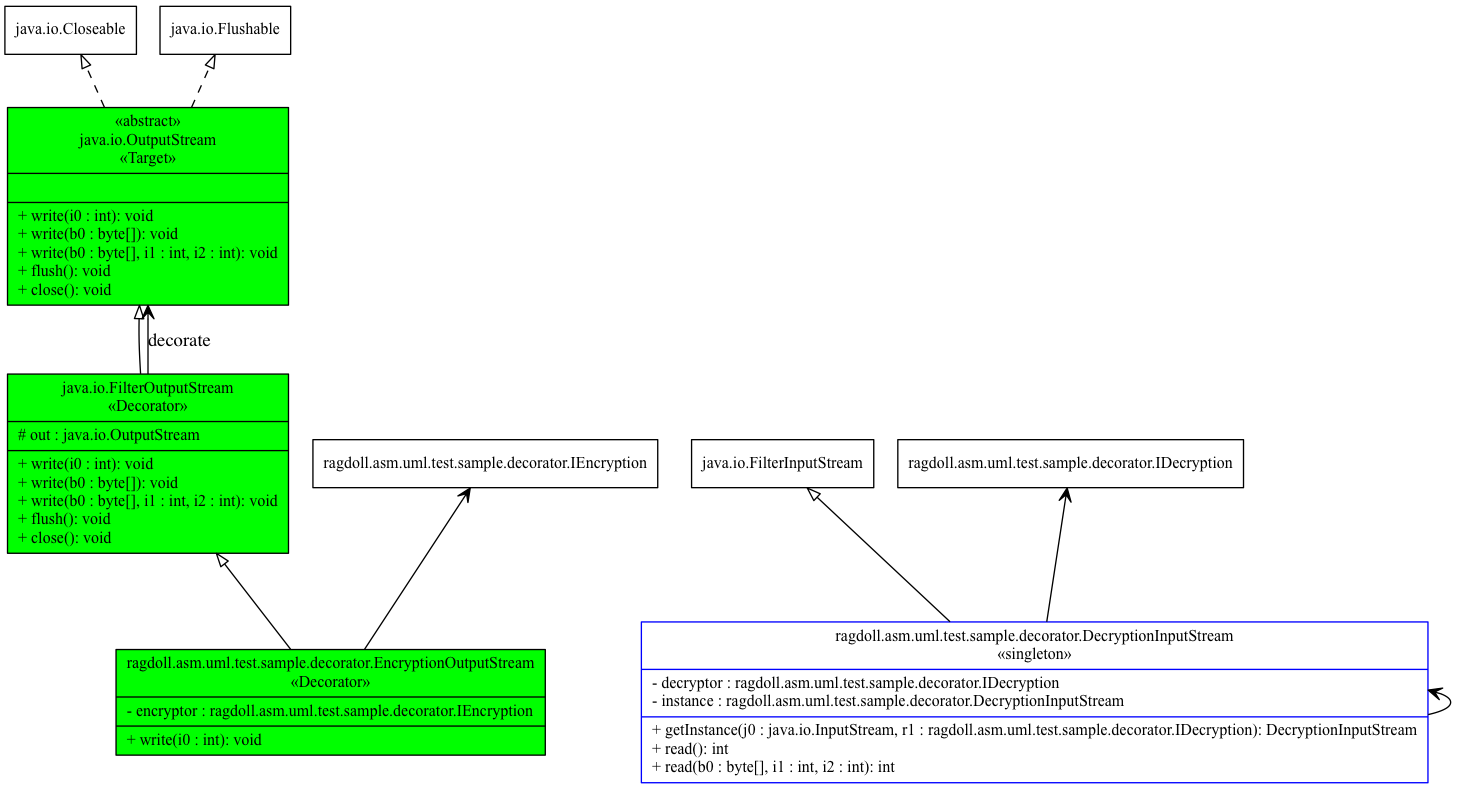
Earlier version of the Graphviz export demo/wut.png (SashaMoe/Ragdoll). Its source is kept beside it as demo/wut.gv.
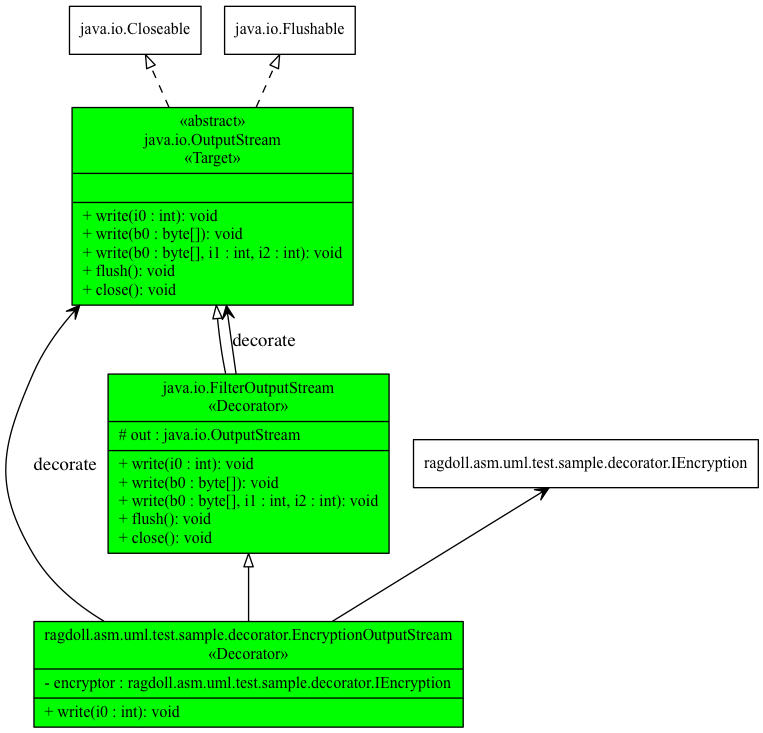
The same file after the commit.

Diff of the diagram source:
```diff
@@ -29,6 +29,39 @@
 arrowhead = "vee"
 ]
 edge [label=" "]
+"ragdoll.asm.uml.test.sample.decorator.EncryptionOutputStream" [
+color=black
+fillcolor="green"
+style=filled
+label = "{ragdoll.asm.uml.test.sample.decorator.EncryptionOutputStream
+«Decorator»|- encryptor : ragdoll.asm.uml.test.sample.decorator.IEncryption\l|+ write(i0 : int): void\l}"
+]
+edge [
+style = "dashed"
+arrowhead = "empty"
+]
+edge [
+style = "solid"
+arrowhead = "empty"
+]
+"ragdoll.asm.uml.test.sample.decorator.EncryptionOutputStream" -> "java.io.FilterOutputStream"
+edge [
+style = "dashed"
+arrowhead = "vee"
+]
+edge [
+style = "solid"
+arrowhead = "vee"
+label = " "
+]
+"ragdoll.asm.uml.test.sample.decorator.EncryptionOutputStream" -> "ragdoll.asm.uml.test.sample.decorator.IEncryption"
+edge [
+style = "solid"
+arrowhead = "vee"
+label = "decorate"
+]
+"ragdoll.asm.uml.test.sample.decorator.EncryptionOutputStream" -> "java.io.OutputStream"
+edge [label=" "]
 "java.io.FilterOutputStream" [
 color=black
 fillcolor="green"
@@ -56,64 +89,4 @@
 ]
 "java.io.FilterOutputStream" -> "java.io.OutputStream"
 edge [label=" "]
-"ragdoll.asm.uml.test.sample.decorator.EncryptionOutputStream" [
-color=black
-fillcolor="green"
-style=filled
-label = "{ragdoll.asm.uml.test.sample.decorator.EncryptionOutputStream
-«Decorator»|- encryptor : ragdoll.asm.uml.test.sample.decorator.IEncryption\l|+ write(i0 : int): void\l}"
-]
-edge [
-style = "dashed"
-arrowhead = "empty"
-]
-edge [
-style = "solid"
-arrowhead = "empty"
-]
-"ragdoll.asm.uml.test.sample.decorator.EncryptionOutputStream" -> "java.io.FilterOutputStream"
-edge [
-style = "dashed"
-arrowhead = "vee"
-]
-edge [
-style = "solid"
-arrowhead = "vee"
-label = " "
-]
-"ragdoll.asm.uml.test.sample.decorator.EncryptionOutputStream" -> "ragdoll.asm.uml.test.sample.decorator.IEncryption"
-edge [label=" "]
-"ragdoll.asm.uml.test.sample.decorator.DecryptionInputStream" [
-color=blue
-fillcolor="white"
-style=filled
-label = "{ragdoll.asm.uml.test.sample.decorator.DecryptionInputStream
-«singleton»|- decryptor : ragdoll.asm.uml.test.sample.decorator.IDecryption\l- instance : ragdoll.asm.uml.test.sample.decorator.DecryptionInputStream\l|+ getInstance(j0 : java.io.InputStream, r1 : ragdoll.asm.uml.test.sample.decorator.IDecryption): DecryptionInputStream\l+ read(): int\l+ read(b0 : byte[], i1 : int, i2 : int): int\l}"
-]
-edge [
-style = "dashed"
-arrowhead = "empty"
-]
-edge [
-style = "solid"
-arrowhead = "empty"
-]
-"ragdoll.asm.uml.test.sample.decorator.DecryptionInputStream" -> "java.io.FilterInputStream"
-edge [
-style = "dashed"
-arrowhead = "vee"
-]
-edge [
-style = "solid"
-arrowhead = "vee"
-label = " "
-]
-"ragdoll.asm.uml.test.sample.decorator.DecryptionInputStream" -> "ragdoll.asm.uml.test.sample.decorator.IDecryption"
-edge [
-style = "solid"
-arrowhead = "vee"
-label = " "
-]
-"ragdoll.asm.uml.test.sample.decorator.DecryptionInputStream" -> "ragdoll.asm.uml.test.sample.decorator.DecryptionInputStream"
-edge [label=" "]
 }
```
